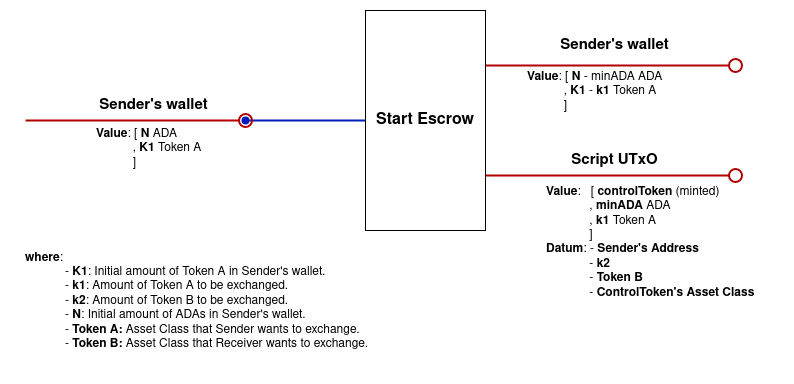
mrpejker/cardano-e2e-example keeps this draw.io diagram as tutorial/img/startEscrow.png. Above is the earlier version. Source tidied: cells renumbered, new cells last; positions are measured from the earlier drawing's top-left corner, leaving out a move shared by most shapes.
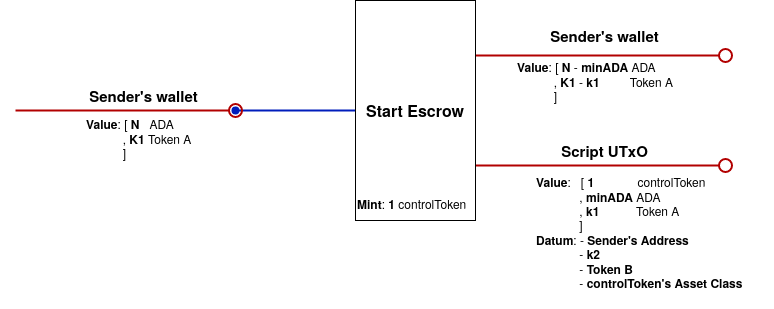
After the commit.

What changed in the source:
```diff
@@ -26,13 +26,13 @@
     <mxCell id="7" value="&lt;div&gt;&lt;font size=&quot;1&quot;&gt;&lt;b style=&quot;font-size: 15px;&quot;&gt;Sender's wallet&lt;/b&gt;&lt;/font&gt;&lt;/div&gt;" style="text;html=1;align=center;verticalAlign=middle;strokeColor=none;fillColor=none;" parent="1" vertex="1">
       <mxGeometry x="526.3" y="20" width="130" height="30" as="geometry" />
     </mxCell>
-    <mxCell id="8" value="&lt;div style=&quot;caret-color: rgb(0, 0, 0); color: rgb(0, 0, 0); font-family: Helvetica; font-size: 12px; font-style: normal; font-variant-caps: normal; letter-spacing: normal; text-align: left; text-indent: 0px; text-transform: none; word-spacing: 0px; -webkit-text-stroke-width: 0px; text-decoration: none;&quot;&gt;&lt;span style=&quot;font-weight: 400;&quot;&gt;&lt;b&gt;Value&lt;/b&gt;: [ &lt;b&gt;N&lt;/b&gt;&lt;/span&gt;&lt;b&gt; &lt;/b&gt;- minADA ADA&lt;/div&gt;&lt;div style=&quot;caret-color: rgb(0, 0, 0); color: rgb(0, 0, 0); font-family: Helvetica; font-size: 12px; font-style: normal; font-variant-caps: normal; letter-spacing: normal; text-align: left; text-indent: 0px; text-transform: none; word-spacing: 0px; -webkit-text-stroke-width: 0px; text-decoration: none;&quot;&gt;&lt;span style=&quot;white-space: pre;&quot;&gt;&#9;&lt;/span&gt;&amp;nbsp; &amp;nbsp;, &lt;b&gt;K1&lt;/b&gt; - &lt;b&gt;k1&lt;/b&gt; Token A&lt;br&gt;&lt;/div&gt;&lt;div style=&quot;caret-color: rgb(0, 0, 0); color: rgb(0, 0, 0); font-family: Helvetica; font-size: 12px; font-style: normal; font-variant-caps: normal; letter-spacing: normal; text-align: left; text-indent: 0px; text-transform: none; word-spacing: 0px; -webkit-text-stroke-width: 0px; text-decoration: none;&quot;&gt;&lt;span style=&quot;background-color: initial;&quot;&gt;&amp;nbsp; &amp;nbsp; &amp;nbsp; &amp;nbsp; &amp;nbsp; &amp;nbsp;]&lt;/span&gt;&lt;/div&gt;" style="text;whiteSpace=wrap;html=1;fontSize=15;" parent="1" vertex="1">
+    <mxCell id="8" value="&lt;div style=&quot;caret-color: rgb(0, 0, 0); color: rgb(0, 0, 0); font-family: Helvetica; font-size: 12px; font-style: normal; font-variant-caps: normal; letter-spacing: normal; text-align: left; text-indent: 0px; text-transform: none; word-spacing: 0px; -webkit-text-stroke-width: 0px; text-decoration: none;&quot;&gt;&lt;span style=&quot;font-weight: 400;&quot;&gt;&lt;b&gt;Value&lt;/b&gt;: [ &lt;b&gt;N&lt;/b&gt;&lt;/span&gt;&lt;b&gt; &lt;/b&gt;- &lt;b&gt;minADA&lt;/b&gt; ADA&lt;/div&gt;&lt;div style=&quot;caret-color: rgb(0, 0, 0); color: rgb(0, 0, 0); font-family: Helvetica; font-size: 12px; font-style: normal; font-variant-caps: normal; letter-spacing: normal; text-align: left; text-indent: 0px; text-transform: none; word-spacing: 0px; -webkit-text-stroke-width: 0px; text-decoration: none;&quot;&gt;&lt;span style=&quot;white-space: pre;&quot;&gt;&#9;&lt;/span&gt;&amp;nbsp; &amp;nbsp;, &lt;b&gt;K1&lt;/b&gt; - &lt;b&gt;k1&lt;/b&gt;&amp;nbsp;&amp;nbsp;&amp;nbsp;&amp;nbsp;&amp;nbsp;&amp;nbsp;&amp;nbsp;&amp;nbsp; Token A&lt;br&gt;&lt;/div&gt;&lt;div style=&quot;caret-color: rgb(0, 0, 0); color: rgb(0, 0, 0); font-family: Helvetica; font-size: 12px; font-style: normal; font-variant-caps: normal; letter-spacing: normal; text-align: left; text-indent: 0px; text-transform: none; word-spacing: 0px; -webkit-text-stroke-width: 0px; text-decoration: none;&quot;&gt;&lt;span style=&quot;background-color: initial;&quot;&gt;&amp;nbsp; &amp;nbsp; &amp;nbsp; &amp;nbsp; &amp;nbsp; &amp;nbsp;]&lt;/span&gt;&lt;/div&gt;" style="text;whiteSpace=wrap;html=1;fontSize=15;" parent="1" vertex="1">
       <mxGeometry x="502" y="53" width="178.6" height="40" as="geometry" />
     </mxCell>
     <mxCell id="9" value="&lt;font style=&quot;font-size: 15px;&quot;&gt;&lt;b&gt;Script UTxO&lt;/b&gt;&lt;/font&gt;" style="text;html=1;align=center;verticalAlign=middle;strokeColor=none;fillColor=none;" parent="1" vertex="1">
       <mxGeometry x="536.3" y="135" width="110" height="30" as="geometry" />
     </mxCell>
-    <mxCell id="10" value="&lt;div style=&quot;caret-color: rgb(0, 0, 0); color: rgb(0, 0, 0); font-family: Helvetica; font-size: 12px; font-style: normal; font-variant-caps: normal; letter-spacing: normal; text-align: left; text-indent: 0px; text-transform: none; word-spacing: 0px; -webkit-text-stroke-width: 0px; text-decoration: none;&quot;&gt;&lt;span style=&quot;font-weight: 400;&quot;&gt;&lt;b&gt;Value&lt;/b&gt;: &amp;nbsp; [ &lt;b&gt;controlToken&lt;/b&gt;&lt;/span&gt;&lt;b&gt; &lt;/b&gt;(minted)&lt;br&gt;&lt;b&gt;&lt;/b&gt;&lt;span style=&quot;font-weight: 400;&quot;&gt;&amp;nbsp; &amp;nbsp; &amp;nbsp; &amp;nbsp; &amp;nbsp; &amp;nbsp; &amp;nbsp;, &lt;/span&gt;&lt;b&gt;minADA&lt;/b&gt;&amp;nbsp;ADA&lt;br&gt;&lt;span style=&quot;background-color: initial;&quot;&gt;&amp;nbsp; &amp;nbsp; &amp;nbsp; &amp;nbsp; &amp;nbsp; &amp;nbsp; &amp;nbsp;, &lt;/span&gt;&lt;b style=&quot;background-color: initial;&quot;&gt;k1&lt;/b&gt;&lt;span style=&quot;background-color: initial;&quot;&gt; Token A&lt;br&gt;&lt;/span&gt;&lt;/div&gt;&lt;div style=&quot;caret-color: rgb(0, 0, 0); color: rgb(0, 0, 0); font-family: Helvetica; font-size: 12px; font-style: normal; font-variant-caps: normal; letter-spacing: normal; text-align: left; text-indent: 0px; text-transform: none; word-spacing: 0px; -webkit-text-stroke-width: 0px; text-decoration: none;&quot;&gt;&lt;span style=&quot;background-color: initial;&quot;&gt;&amp;nbsp; &amp;nbsp; &amp;nbsp; &amp;nbsp; &amp;nbsp; &amp;nbsp; &amp;nbsp;]&lt;/span&gt;&lt;/div&gt;&lt;div style=&quot;caret-color: rgb(0, 0, 0); color: rgb(0, 0, 0); font-family: Helvetica; font-size: 12px; font-style: normal; font-variant-caps: normal; letter-spacing: normal; text-align: left; text-indent: 0px; text-transform: none; word-spacing: 0px; -webkit-text-stroke-width: 0px; text-decoration: none;&quot;&gt;&lt;span style=&quot;background-color: initial;&quot;&gt;&lt;b&gt;Datum&lt;/b&gt;: - &lt;b&gt;Sender's Address&lt;/b&gt;&lt;br&gt;&lt;/span&gt;&lt;span style=&quot;background-color: initial;&quot;&gt;&lt;/span&gt;&lt;/div&gt;&lt;span style=&quot;caret-color: rgb(0, 0, 0);&quot;&gt;&lt;span style=&quot;white-space: pre;&quot;&gt;&#9;&lt;/span&gt;&amp;nbsp; &amp;nbsp; &amp;nbsp;- &lt;/span&gt;&lt;b style=&quot;caret-color: rgb(0, 0, 0);&quot;&gt;k2&lt;/b&gt;&lt;span style=&quot;caret-color: rgb(0, 0, 0);&quot;&gt;&lt;/span&gt;&lt;div style=&quot;caret-color: rgb(0, 0, 0); color: rgb(0, 0, 0); font-family: Helvetica; font-size: 12px; font-style: normal; font-variant-caps: normal; letter-spacing: normal; text-align: left; text-indent: 0px; text-transform: none; word-spacing: 0px; -webkit-text-stroke-width: 0px; text-decoration: none;&quot;&gt;&amp;nbsp; &amp;nbsp; &amp;nbsp; &amp;nbsp; &amp;nbsp; &amp;nbsp; &amp;nbsp;- &lt;b&gt;Token B&lt;/b&gt;&lt;/div&gt;&lt;div style=&quot;caret-color: rgb(0, 0, 0); color: rgb(0, 0, 0); font-family: Helvetica; font-size: 12px; font-style: normal; font-variant-caps: normal; letter-spacing: normal; text-align: left; text-indent: 0px; text-transform: none; word-spacing: 0px; -webkit-text-stroke-width: 0px; text-decoration: none;&quot;&gt;&amp;nbsp;&amp;nbsp;&amp;nbsp;&amp;nbsp;&amp;nbsp;&amp;nbsp;&amp;nbsp;&amp;nbsp;&amp;nbsp;&amp;nbsp;&amp;nbsp;&amp;nbsp; - &lt;b&gt;Control&lt;span style=&quot;white-space: pre;&quot;&gt;&lt;/span&gt;Token's&lt;/b&gt; &lt;b&gt;Asset Class&lt;/b&gt;&lt;br&gt;&lt;/div&gt;&lt;div style=&quot;caret-color: rgb(0, 0, 0); color: rgb(0, 0, 0); font-family: Helvetica; font-size: 12px; font-style: normal; font-variant-caps: normal; letter-spacing: normal; text-align: left; text-indent: 0px; text-transform: none; word-spacing: 0px; -webkit-text-stroke-width: 0px; text-decoration: none;&quot;&gt;&lt;span style=&quot;&quot;&gt;&#9;&lt;/span&gt;&amp;nbsp; &amp;nbsp; &amp;nbsp;&lt;br&gt;&lt;/div&gt;" style="text;whiteSpace=wrap;html=1;fontSize=12;" parent="1" vertex="1">
+    <mxCell id="10" value="&lt;div style=&quot;caret-color: rgb(0, 0, 0); color: rgb(0, 0, 0); font-family: Helvetica; font-size: 12px; font-style: normal; font-variant-caps: normal; letter-spacing: normal; text-align: left; text-indent: 0px; text-transform: none; word-spacing: 0px; -webkit-text-stroke-width: 0px; text-decoration: none;&quot;&gt;&lt;span style=&quot;font-weight: 400;&quot;&gt;&lt;b&gt;Value&lt;/b&gt;: &amp;nbsp; [ &lt;b&gt;1&amp;nbsp;&amp;nbsp;&amp;nbsp;&amp;nbsp;&amp;nbsp;&amp;nbsp;&amp;nbsp;&amp;nbsp;&amp;nbsp;&amp;nbsp;&amp;nbsp;&amp;nbsp; &lt;/b&gt;controlToken&lt;/span&gt;&lt;br&gt;&lt;b&gt;&lt;/b&gt;&lt;span style=&quot;font-weight: 400;&quot;&gt;&amp;nbsp; &amp;nbsp; &amp;nbsp; &amp;nbsp; &amp;nbsp; &amp;nbsp; &amp;nbsp;, &lt;/span&gt;&lt;b&gt;minADA&lt;/b&gt;&amp;nbsp;ADA&lt;br&gt;&lt;span style=&quot;background-color: initial;&quot;&gt;&amp;nbsp; &amp;nbsp; &amp;nbsp; &amp;nbsp; &amp;nbsp; &amp;nbsp; &amp;nbsp;, &lt;/span&gt;&lt;b style=&quot;background-color: initial;&quot;&gt;k1&lt;/b&gt;&lt;span style=&quot;background-color: initial;&quot;&gt;&amp;nbsp;&amp;nbsp;&amp;nbsp;&amp;nbsp;&amp;nbsp;&amp;nbsp;&amp;nbsp;&amp;nbsp;&amp;nbsp;&amp;nbsp; Token A&lt;br&gt;&lt;/span&gt;&lt;/div&gt;&lt;div style=&quot;caret-color: rgb(0, 0, 0); color: rgb(0, 0, 0); font-family: Helvetica; font-size: 12px; font-style: normal; font-variant-caps: normal; letter-spacing: normal; text-align: left; text-indent: 0px; text-transform: none; word-spacing: 0px; -webkit-text-stroke-width: 0px; text-decoration: none;&quot;&gt;&lt;span style=&quot;background-color: initial;&quot;&gt;&amp;nbsp; &amp;nbsp; &amp;nbsp; &amp;nbsp; &amp;nbsp; &amp;nbsp; &amp;nbsp;]&lt;/span&gt;&lt;/div&gt;&lt;div style=&quot;caret-color: rgb(0, 0, 0); color: rgb(0, 0, 0); font-family: Helvetica; font-size: 12px; font-style: normal; font-variant-caps: normal; letter-spacing: normal; text-align: left; text-indent: 0px; text-transform: none; word-spacing: 0px; -webkit-text-stroke-width: 0px; text-decoration: none;&quot;&gt;&lt;span style=&quot;background-color: initial;&quot;&gt;&lt;b&gt;Datum&lt;/b&gt;: - &lt;b&gt;Sender's Address&lt;/b&gt;&lt;br&gt;&lt;/span&gt;&lt;span style=&quot;background-color: initial;&quot;&gt;&lt;/span&gt;&lt;/div&gt;&lt;span style=&quot;caret-color: rgb(0, 0, 0);&quot;&gt;&lt;span style=&quot;white-space: pre;&quot;&gt;&#9;&lt;/span&gt;&amp;nbsp; &amp;nbsp; &amp;nbsp;- &lt;/span&gt;&lt;b style=&quot;caret-color: rgb(0, 0, 0);&quot;&gt;k2&lt;/b&gt;&lt;span style=&quot;caret-color: rgb(0, 0, 0);&quot;&gt;&lt;/span&gt;&lt;div style=&quot;caret-color: rgb(0, 0, 0); color: rgb(0, 0, 0); font-family: Helvetica; font-size: 12px; font-style: normal; font-variant-caps: normal; letter-spacing: normal; text-align: left; text-indent: 0px; text-transform: none; word-spacing: 0px; -webkit-text-stroke-width: 0px; text-decoration: none;&quot;&gt;&amp;nbsp; &amp;nbsp; &amp;nbsp; &amp;nbsp; &amp;nbsp; &amp;nbsp; &amp;nbsp;- &lt;b&gt;Token B&lt;/b&gt;&lt;/div&gt;&lt;div style=&quot;caret-color: rgb(0, 0, 0); color: rgb(0, 0, 0); font-family: Helvetica; font-size: 12px; font-style: normal; font-variant-caps: normal; letter-spacing: normal; text-align: left; text-indent: 0px; text-transform: none; word-spacing: 0px; -webkit-text-stroke-width: 0px; text-decoration: none;&quot;&gt;&amp;nbsp;&amp;nbsp;&amp;nbsp;&amp;nbsp;&amp;nbsp;&amp;nbsp;&amp;nbsp;&amp;nbsp;&amp;nbsp;&amp;nbsp;&amp;nbsp;&amp;nbsp; - &lt;b&gt;control&lt;span style=&quot;white-space: pre;&quot;&gt;&lt;/span&gt;Token's&lt;/b&gt; &lt;b&gt;Asset Class&lt;/b&gt;&lt;br&gt;&lt;/div&gt;&lt;div style=&quot;caret-color: rgb(0, 0, 0); color: rgb(0, 0, 0); font-family: Helvetica; font-size: 12px; font-style: normal; font-variant-caps: normal; letter-spacing: normal; text-align: left; text-indent: 0px; text-transform: none; word-spacing: 0px; -webkit-text-stroke-width: 0px; text-decoration: none;&quot;&gt;&lt;span style=&quot;&quot;&gt;&#9;&lt;/span&gt;&amp;nbsp; &amp;nbsp; &amp;nbsp;&lt;br&gt;&lt;/div&gt;" style="text;whiteSpace=wrap;html=1;fontSize=12;" parent="1" vertex="1">
       <mxGeometry x="520.5" y="168" width="239.5" height="140" as="geometry" />
     </mxCell>
     <mxCell id="11" style="edgeStyle=none;rounded=0;orthogonalLoop=1;jettySize=auto;html=1;startArrow=none;startFill=0;endArrow=oval;endFill=0;strokeColor=#B20000;fillColor=#e51400;strokeWidth=2;endSize=13;" parent="1" edge="1">
@@ -47,11 +47,11 @@
     <mxCell id="13" style="edgeStyle=orthogonalEdgeStyle;rounded=0;orthogonalLoop=1;jettySize=auto;html=1;exitX=0.5;exitY=1;exitDx=0;exitDy=0;endArrow=oval;endFill=0;endSize=6;strokeWidth=2;" parent="1" edge="1" source="5" target="5">
       <mxGeometry relative="1" as="geometry" />
     </mxCell>
-    <mxCell id="14" value="&lt;div style=&quot;caret-color: rgb(0, 0, 0); color: rgb(0, 0, 0); font-family: Helvetica; font-size: 12px; font-style: normal; font-variant-caps: normal; letter-spacing: normal; text-align: left; text-indent: 0px; text-transform: none; word-spacing: 0px; -webkit-text-stroke-width: 0px; text-decoration: none;&quot;&gt;&lt;div&gt;&lt;b&gt;Value&lt;/b&gt;: [ &lt;b&gt;N&lt;/b&gt; ADA&lt;/div&gt;&lt;div&gt;&amp;nbsp; &amp;nbsp; &amp;nbsp; &amp;nbsp; &amp;nbsp; &amp;nbsp;, &lt;b&gt;K1&lt;/b&gt; Token A&lt;br&gt;&lt;/div&gt;&lt;div&gt;&amp;nbsp; &amp;nbsp; &amp;nbsp; &amp;nbsp; &amp;nbsp; &amp;nbsp;]&lt;/div&gt;&lt;/div&gt;" style="text;whiteSpace=wrap;html=1;fontSize=12;" parent="1" vertex="1">
+    <mxCell id="14" value="&lt;div style=&quot;caret-color: rgb(0, 0, 0); color: rgb(0, 0, 0); font-family: Helvetica; font-size: 12px; font-style: normal; font-variant-caps: normal; letter-spacing: normal; text-align: left; text-indent: 0px; text-transform: none; word-spacing: 0px; -webkit-text-stroke-width: 0px; text-decoration: none;&quot;&gt;&lt;div&gt;&lt;b&gt;Value&lt;/b&gt;: [ &lt;b&gt;N&lt;/b&gt;&amp;nbsp;&amp;nbsp; ADA&lt;/div&gt;&lt;div&gt;&amp;nbsp; &amp;nbsp; &amp;nbsp; &amp;nbsp; &amp;nbsp; &amp;nbsp;, &lt;b&gt;K1&lt;/b&gt; Token A&lt;br&gt;&lt;/div&gt;&lt;div&gt;&amp;nbsp; &amp;nbsp; &amp;nbsp; &amp;nbsp; &amp;nbsp; &amp;nbsp;]&lt;/div&gt;&lt;/div&gt;" style="text;whiteSpace=wrap;html=1;fontSize=12;" parent="1" vertex="1">
       <mxGeometry x="70.5" y="110" width="109.5" height="60" as="geometry" />
     </mxCell>
-    <mxCell id="15" value="&lt;div style=&quot;&quot;&gt;&lt;b&gt;where&lt;/b&gt;:&lt;/div&gt;&lt;blockquote style=&quot;margin: 0 0 0 40px; border: none; padding: 0px;&quot;&gt;&lt;div style=&quot;&quot;&gt;- &lt;b&gt;K1&lt;/b&gt;: Initial amount of Token A in Sender's wallet.&lt;/div&gt;&lt;div style=&quot;&quot;&gt;&lt;div style=&quot;&quot;&gt;- &lt;b&gt;k1&lt;/b&gt;: Amount of Token A to be exchanged.&lt;/div&gt;&lt;div style=&quot;&quot;&gt;- &lt;b&gt;k2&lt;/b&gt;: Amount of Token B to be exchanged.&lt;/div&gt;&lt;div style=&quot;&quot;&gt;- &lt;b&gt;N&lt;/b&gt;: Initial amount of ADAs in Sender's wallet.&lt;/div&gt;&lt;/div&gt;&lt;div style=&quot;&quot;&gt;- &lt;b&gt;Token A:&lt;/b&gt; Asset Class that Sender wants to exchange.&lt;/div&gt;&lt;div style=&quot;&quot;&gt;- &lt;b&gt;Token B: &lt;/b&gt;Asset Class that Receiver wants to exchange.&lt;br&gt;&lt;/div&gt;&lt;br&gt;&lt;/blockquote&gt;" style="text;html=1;align=left;verticalAlign=middle;strokeColor=none;fillColor=none;" parent="1" vertex="1">
-      <mxGeometry y="233" width="370" height="130" as="geometry" />
-    </mxCell>
+    <mxCell id="16" value="&lt;div style=&quot;caret-color: rgb(0, 0, 0); color: rgb(0, 0, 0); font-family: Helvetica; font-size: 12px; font-style: normal; font-variant-caps: normal; letter-spacing: normal; text-align: left; text-indent: 0px; text-transform: none; word-spacing: 0px; -webkit-text-stroke-width: 0px; text-decoration: none;&quot;&gt;&lt;span style=&quot;font-weight: 400;&quot;&gt;&lt;b&gt;Mint&lt;/b&gt;: &lt;b&gt;1&lt;/b&gt; controlToken&lt;br&gt;&lt;/span&gt;&lt;/div&gt;" style="text;whiteSpace=wrap;html=1;fontSize=12;" parent="1" vertex="1">
+      <mxGeometry x="342" y="190" width="140" height="30" as="geometry" />
+    </mxCell>
   </root>
 </mxGraphModel>
```
